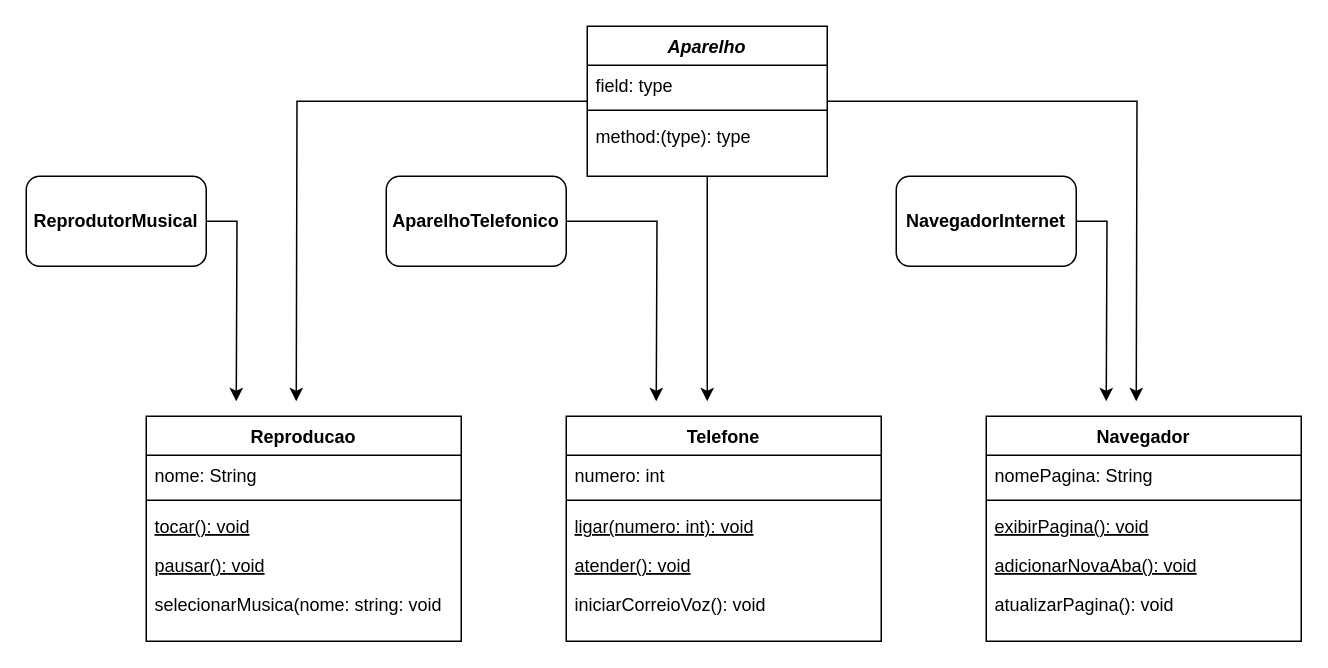
christianlacerdahotmail/Diagramacao-de-Classes-do-iPhone-DesafioDeProjeto-DIO keeps this draw.io diagram as Diagrama sem nome.drawio. Above is the earlier version. Source tidied: cells renumbered, new cells numbered last; positions are measured from the earlier drawing's top-left corner, leaving out a move shared by most shapes. Both pictures are drawn from the tidied source at 150%, with x=0, y=0 at pixel (26, 26).
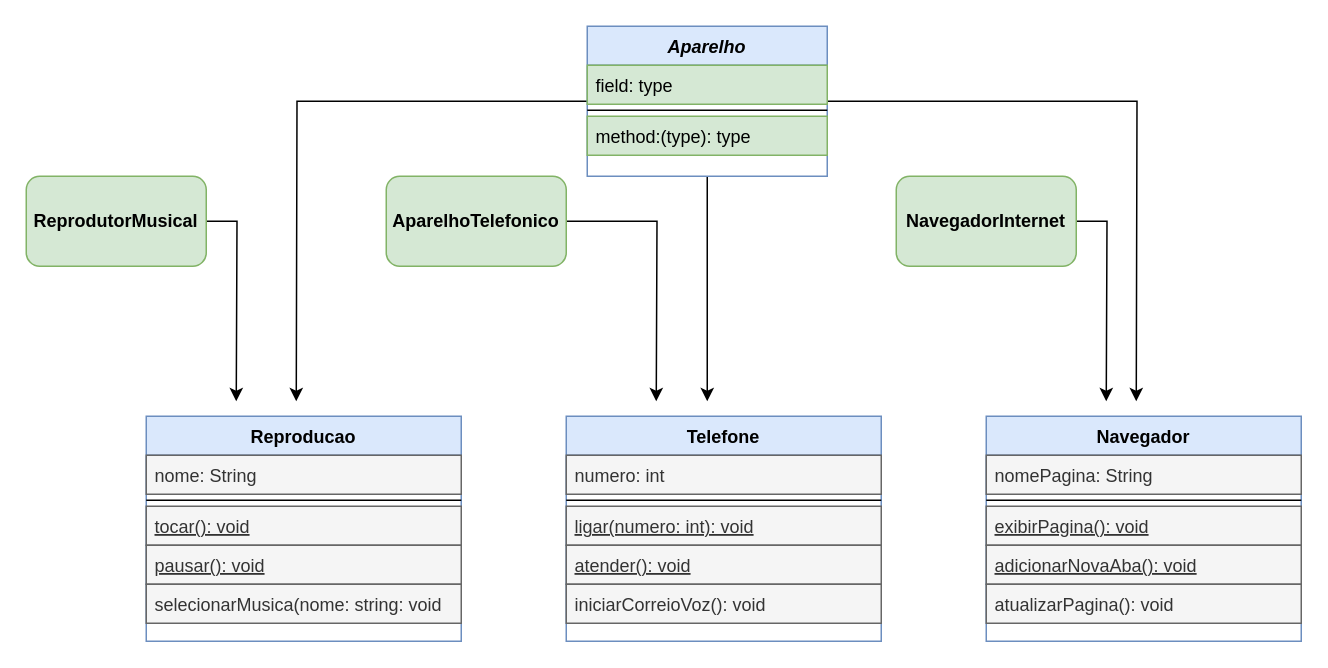
The same page after the edit.

What changed in the source:
```diff
@@
-<mxGraphModel>
+<mxGraphModel background="#ffffff">
@@
-    <mxCell id="5" value="Aparelho" style="swimlane;fontStyle=3;align=center;verticalAlign=top;horizontal=1;startSize=26;rounded=0;shadow=0;strokeWidth=1;" parent="1" vertex="1">
+    <mxCell id="5" value="Aparelho" style="swimlane;fontStyle=3;align=center;verticalAlign=top;horizontal=1;startSize=26;rounded=0;shadow=0;strokeWidth=1;fillColor=#dae8fc;strokeColor=#6c8ebf;" parent="1" vertex="1">
       <mxGeometry x="374" width="160" height="100" as="geometry" />
     </mxCell>
-    <mxCell id="6" value="field: type" style="text;align=left;verticalAlign=top;spacingLeft=4;spacingRight=4;overflow=hidden;" parent="5" vertex="1">
+    <mxCell id="6" value="field: type" style="text;align=left;verticalAlign=top;spacingLeft=4;spacingRight=4;overflow=hidden;fillColor=#d5e8d4;strokeColor=#82b366;" parent="5" vertex="1">
       <mxGeometry y="26" width="160" height="26" as="geometry" />
     </mxCell>
@@
-    <mxCell id="8" value="method:(type): type" style="text;align=left;verticalAlign=top;spacingLeft=4;spacingRight=4;overflow=hidden;rounded=0;shadow=0;html=0;" parent="5" vertex="1">
+    <mxCell id="8" value="method:(type): type" style="text;align=left;verticalAlign=top;spacingLeft=4;spacingRight=4;overflow=hidden;rounded=0;shadow=0;html=0;fillColor=#d5e8d4;strokeColor=#82b366;" parent="5" vertex="1">
       <mxGeometry y="60" width="160" height="26" as="geometry" />
     </mxCell>
-    <mxCell id="9" value="Reproducao" style="swimlane;fontStyle=1;align=center;verticalAlign=top;horizontal=1;startSize=26;rounded=0;shadow=0;strokeWidth=1;" parent="1" vertex="1">
+    <mxCell id="9" value="Reproducao" style="swimlane;fontStyle=1;align=center;verticalAlign=top;horizontal=1;startSize=26;rounded=0;shadow=0;strokeWidth=1;fillColor=#dae8fc;strokeColor=#6c8ebf;" parent="1" vertex="1">
       <mxGeometry x="80" y="260" width="210" height="150" as="geometry" />
     </mxCell>
-    <mxCell id="10" value="nome: String" style="text;align=left;verticalAlign=top;spacingLeft=4;spacingRight=4;overflow=hidden;" parent="9" vertex="1">
+    <mxCell id="10" value="nome: String" style="text;align=left;verticalAlign=top;spacingLeft=4;spacingRight=4;overflow=hidden;fillColor=#f5f5f5;fontColor=#333333;strokeColor=#666666;" parent="9" vertex="1">
       <mxGeometry y="26" width="210" height="26" as="geometry" />
     </mxCell>
@@
-    <mxCell id="12" value="tocar(): void" style="text;align=left;verticalAlign=top;spacingLeft=4;spacingRight=4;overflow=hidden;fontStyle=4;" parent="9" vertex="1">
+    <mxCell id="12" value="tocar(): void" style="text;align=left;verticalAlign=top;spacingLeft=4;spacingRight=4;overflow=hidden;fontStyle=4;fillColor=#f5f5f5;fontColor=#333333;strokeColor=#666666;" parent="9" vertex="1">
       <mxGeometry y="60" width="210" height="26" as="geometry" />
     </mxCell>
-    <mxCell id="13" value="pausar(): void" style="text;align=left;verticalAlign=top;spacingLeft=4;spacingRight=4;overflow=hidden;fontStyle=4;" parent="9" vertex="1">
+    <mxCell id="13" value="pausar(): void" style="text;align=left;verticalAlign=top;spacingLeft=4;spacingRight=4;overflow=hidden;fontStyle=4;fillColor=#f5f5f5;fontColor=#333333;strokeColor=#666666;" parent="9" vertex="1">
       <mxGeometry y="86" width="210" height="26" as="geometry" />
     </mxCell>
-    <mxCell id="14" value="selecionarMusica(nome: string: void" style="text;align=left;verticalAlign=top;spacingLeft=4;spacingRight=4;overflow=hidden;" parent="9" vertex="1">
+    <mxCell id="14" value="selecionarMusica(nome: string: void" style="text;align=left;verticalAlign=top;spacingLeft=4;spacingRight=4;overflow=hidden;fillColor=#f5f5f5;fontColor=#333333;strokeColor=#666666;" parent="9" vertex="1">
       <mxGeometry y="112" width="210" height="26" as="geometry" />
     </mxCell>
-    <mxCell id="15" value="Telefone" style="swimlane;fontStyle=1;align=center;verticalAlign=top;horizontal=1;startSize=26;rounded=0;shadow=0;strokeWidth=1;" parent="1" vertex="1">
+    <mxCell id="15" value="Telefone" style="swimlane;fontStyle=1;align=center;verticalAlign=top;horizontal=1;startSize=26;rounded=0;shadow=0;strokeWidth=1;fillColor=#dae8fc;strokeColor=#6c8ebf;" parent="1" vertex="1">
       <mxGeometry x="360" y="260" width="210" height="150" as="geometry" />
     </mxCell>
-    <mxCell id="16" value="numero: int" style="text;align=left;verticalAlign=top;spacingLeft=4;spacingRight=4;overflow=hidden;" parent="15" vertex="1">
+    <mxCell id="16" value="numero: int" style="text;align=left;verticalAlign=top;spacingLeft=4;spacingRight=4;overflow=hidden;fillColor=#f5f5f5;fontColor=#333333;strokeColor=#666666;" parent="15" vertex="1">
       <mxGeometry y="26" width="210" height="26" as="geometry" />
     </mxCell>
@@
-    <mxCell id="18" value="ligar(numero: int): void" style="text;align=left;verticalAlign=top;spacingLeft=4;spacingRight=4;overflow=hidden;fontStyle=4;" parent="15" vertex="1">
+    <mxCell id="18" value="ligar(numero: int): void" style="text;align=left;verticalAlign=top;spacingLeft=4;spacingRight=4;overflow=hidden;fontStyle=4;fillColor=#f5f5f5;fontColor=#333333;strokeColor=#666666;" parent="15" vertex="1">
       <mxGeometry y="60" width="210" height="26" as="geometry" />
     </mxCell>
-    <mxCell id="19" value="atender(): void" style="text;align=left;verticalAlign=top;spacingLeft=4;spacingRight=4;overflow=hidden;fontStyle=4;" parent="15" vertex="1">
+    <mxCell id="19" value="atender(): void" style="text;align=left;verticalAlign=top;spacingLeft=4;spacingRight=4;overflow=hidden;fontStyle=4;fillColor=#f5f5f5;fontColor=#333333;strokeColor=#666666;" parent="15" vertex="1">
       <mxGeometry y="86" width="210" height="26" as="geometry" />
     </mxCell>
-    <mxCell id="20" value="iniciarCorreioVoz(): void" style="text;align=left;verticalAlign=top;spacingLeft=4;spacingRight=4;overflow=hidden;" parent="15" vertex="1">
+    <mxCell id="20" value="iniciarCorreioVoz(): void" style="text;align=left;verticalAlign=top;spacingLeft=4;spacingRight=4;overflow=hidden;fillColor=#f5f5f5;fontColor=#333333;strokeColor=#666666;" parent="15" vertex="1">
       <mxGeometry y="112" width="210" height="26" as="geometry" />
     </mxCell>
-    <mxCell id="21" value="Navegador" style="swimlane;fontStyle=1;align=center;verticalAlign=top;horizontal=1;startSize=26;rounded=0;shadow=0;strokeWidth=1;" parent="1" vertex="1">
+    <mxCell id="21" value="Navegador" style="swimlane;fontStyle=1;align=center;verticalAlign=top;horizontal=1;startSize=26;rounded=0;shadow=0;strokeWidth=1;fillColor=#dae8fc;strokeColor=#6c8ebf;" parent="1" vertex="1">
       <mxGeometry x="640" y="260" width="210" height="150" as="geometry" />
     </mxCell>
-    <mxCell id="22" value="nomePagina: String" style="text;align=left;verticalAlign=top;spacingLeft=4;spacingRight=4;overflow=hidden;" parent="21" vertex="1">
+    <mxCell id="22" value="nomePagina: String" style="text;align=left;verticalAlign=top;spacingLeft=4;spacingRight=4;overflow=hidden;fillColor=#f5f5f5;fontColor=#333333;strokeColor=#666666;" parent="21" vertex="1">
       <mxGeometry y="26" width="210" height="26" as="geometry" />
     </mxCell>
@@
-    <mxCell id="24" value="exibirPagina(): void" style="text;align=left;verticalAlign=top;spacingLeft=4;spacingRight=4;overflow=hidden;fontStyle=4;" parent="21" vertex="1">
+    <mxCell id="24" value="exibirPagina(): void" style="text;align=left;verticalAlign=top;spacingLeft=4;spacingRight=4;overflow=hidden;fontStyle=4;fillColor=#f5f5f5;fontColor=#333333;strokeColor=#666666;" parent="21" vertex="1">
       <mxGeometry y="60" width="210" height="26" as="geometry" />
     </mxCell>
-    <mxCell id="25" value="adicionarNovaAba(): void" style="text;align=left;verticalAlign=top;spacingLeft=4;spacingRight=4;overflow=hidden;fontStyle=4;" parent="21" vertex="1">
+    <mxCell id="25" value="adicionarNovaAba(): void" style="text;align=left;verticalAlign=top;spacingLeft=4;spacingRight=4;overflow=hidden;fontStyle=4;fillColor=#f5f5f5;fontColor=#333333;strokeColor=#666666;" parent="21" vertex="1">
       <mxGeometry y="86" width="210" height="26" as="geometry" />
     </mxCell>
-    <mxCell id="26" value="atualizarPagina(): void" style="text;align=left;verticalAlign=top;spacingLeft=4;spacingRight=4;overflow=hidden;" parent="21" vertex="1">
+    <mxCell id="26" value="atualizarPagina(): void" style="text;align=left;verticalAlign=top;spacingLeft=4;spacingRight=4;overflow=hidden;fillColor=#f5f5f5;fontColor=#333333;strokeColor=#666666;" parent="21" vertex="1">
       <mxGeometry y="112" width="210" height="26" as="geometry" />
     </mxCell>
@@
-    <mxCell id="28" value="&lt;b&gt;ReprodutorMusical&lt;/b&gt;" style="rounded=1;whiteSpace=wrap;html=1;" parent="1" vertex="1">
+    <mxCell id="28" value="&lt;b&gt;ReprodutorMusical&lt;/b&gt;" style="rounded=1;whiteSpace=wrap;html=1;fillColor=#d5e8d4;strokeColor=#82b366;" parent="1" vertex="1">
       <mxGeometry y="100" width="120" height="60" as="geometry" />
     </mxCell>
@@
-    <mxCell id="30" value="&lt;b&gt;AparelhoTelefonico&lt;/b&gt;" style="rounded=1;whiteSpace=wrap;html=1;" parent="1" vertex="1">
+    <mxCell id="30" value="&lt;b&gt;AparelhoTelefonico&lt;/b&gt;" style="rounded=1;whiteSpace=wrap;html=1;fillColor=#d5e8d4;strokeColor=#82b366;" parent="1" vertex="1">
       <mxGeometry x="240" y="100" width="120" height="60" as="geometry" />
     </mxCell>
@@
-    <mxCell id="32" value="&lt;b&gt;NavegadorInternet&lt;/b&gt;" style="rounded=1;whiteSpace=wrap;html=1;" parent="1" vertex="1">
+    <mxCell id="32" value="&lt;b&gt;NavegadorInternet&lt;/b&gt;" style="rounded=1;whiteSpace=wrap;html=1;fillColor=#d5e8d4;strokeColor=#82b366;" parent="1" vertex="1">
       <mxGeometry x="580" y="100" width="120" height="60" as="geometry" />
     </mxCell>
```
